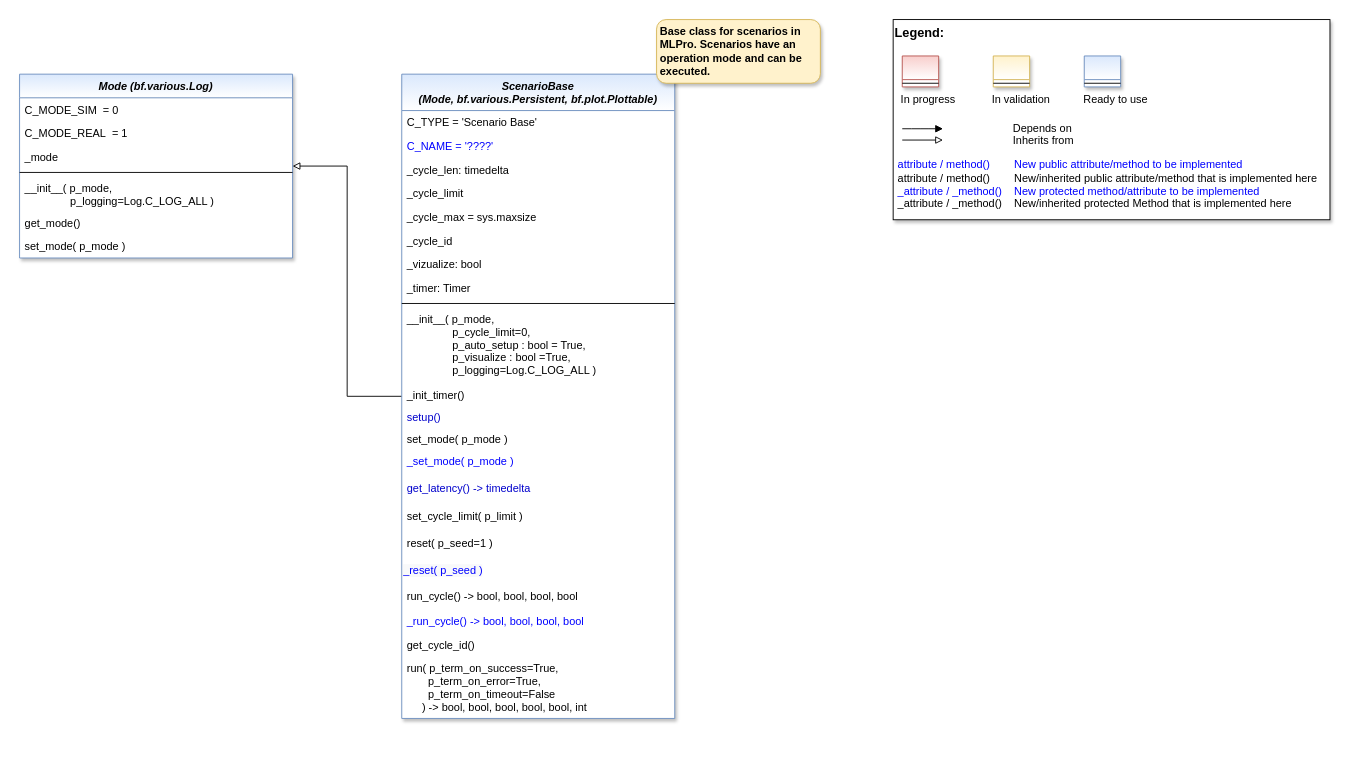
fhswf/MLPro keeps this draw.io diagram as doc/rtd/content/99_appendices/appendix2/sub/core/mlpro_bf/layer1_computation/images/MLPro-BF-OPS_class_diagram.drawio. Above is the earlier version. Source tidied: cells renumbered, new cells numbered last; positions are measured from the earlier drawing's top-left corner, leaving out a move shared by most shapes. Both pictures are drawn from the tidied source at 91%, with x=0, y=0 at pixel (19, 19).
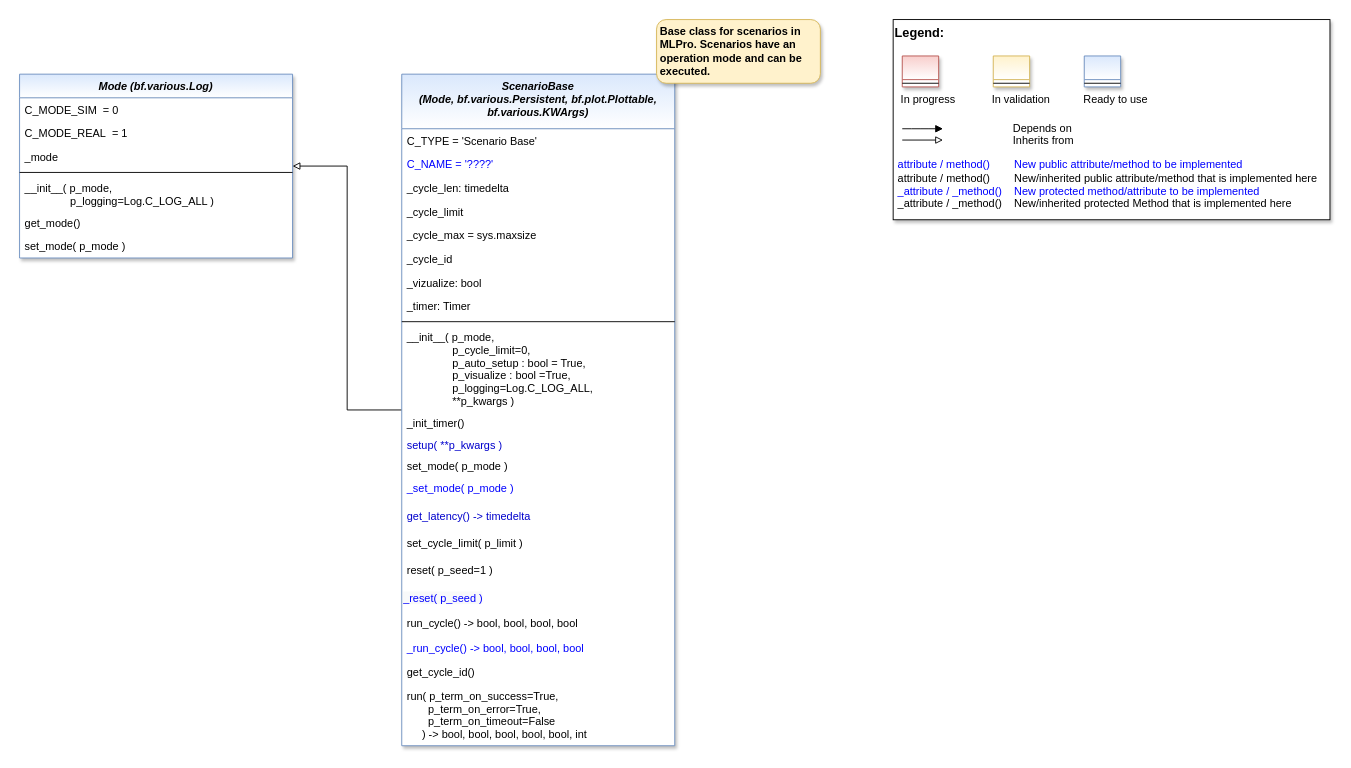
The same diagram, later.

Commit message (it also covers changes not shown here):
Refact: KWArgs, Hyperparameters, ... #1057

Change to the diagram source:
```diff
@@
-    <mxCell id="11" value="ScenarioBase&#10;(Mode, bf.various.Persistent, bf.plot.Plottable)" style="swimlane;fontStyle=3;align=center;verticalAlign=top;horizontal=1;startSize=40;rounded=0;shadow=1;strokeWidth=1;fillColor=#dae8fc;strokeColor=#6c8ebf;gradientColor=#ffffff;swimlaneFillColor=#ffffff;" parent="1" vertex="1">
-      <mxGeometry x="420" y="60" width="300" height="708" as="geometry" />
+    <mxCell id="11" value="ScenarioBase&#10;(Mode, bf.various.Persistent, bf.plot.Plottable,&#10;bf.various.KWArgs)" style="swimlane;fontStyle=3;align=center;verticalAlign=top;horizontal=1;startSize=60;rounded=0;shadow=1;strokeWidth=1;fillColor=#dae8fc;strokeColor=#6c8ebf;gradientColor=#ffffff;swimlaneFillColor=#ffffff;" parent="1" vertex="1">
+      <mxGeometry x="420" y="60" width="300" height="738" as="geometry" />
     </mxCell>
     <mxCell id="12" value="C_TYPE = 'Scenario Base'" style="text;align=left;verticalAlign=top;spacingLeft=4;spacingRight=4;overflow=hidden;" parent="11" vertex="1">
-      <mxGeometry y="40" width="300" height="26" as="geometry" />
+      <mxGeometry y="60" width="300" height="26" as="geometry" />
     </mxCell>
     <mxCell id="13" value="C_NAME = '????'" style="text;align=left;verticalAlign=top;spacingLeft=4;spacingRight=4;overflow=hidden;fontColor=#0000FF;" parent="11" vertex="1">
-      <mxGeometry y="66" width="300" height="26" as="geometry" />
+      <mxGeometry y="86" width="300" height="26" as="geometry" />
     </mxCell>
     <mxCell id="14" value="_cycle_len: timedelta" style="text;align=left;verticalAlign=top;spacingLeft=4;spacingRight=4;overflow=hidden;" parent="11" vertex="1">
-      <mxGeometry y="92" width="300" height="26" as="geometry" />
+      <mxGeometry y="112" width="300" height="26" as="geometry" />
     </mxCell>
     <mxCell id="15" value="_cycle_limit" style="text;align=left;verticalAlign=top;spacingLeft=4;spacingRight=4;overflow=hidden;" parent="11" vertex="1">
-      <mxGeometry y="118" width="300" height="26" as="geometry" />
+      <mxGeometry y="138" width="300" height="26" as="geometry" />
     </mxCell>
     <mxCell id="16" value="_cycle_max = sys.maxsize" style="text;align=left;verticalAlign=top;spacingLeft=4;spacingRight=4;overflow=hidden;" parent="11" vertex="1">
-      <mxGeometry y="144" width="300" height="26" as="geometry" />
+      <mxGeometry y="164" width="300" height="26" as="geometry" />
     </mxCell>
     <mxCell id="17" value="_cycle_id" style="text;align=left;verticalAlign=top;spacingLeft=4;spacingRight=4;overflow=hidden;" parent="11" vertex="1">
-      <mxGeometry y="170" width="300" height="26" as="geometry" />
+      <mxGeometry y="190" width="300" height="26" as="geometry" />
     </mxCell>
     <mxCell id="18" value="_vizualize: bool" style="text;align=left;verticalAlign=top;spacingLeft=4;spacingRight=4;overflow=hidden;" parent="11" vertex="1">
-      <mxGeometry y="196" width="300" height="26" as="geometry" />
+      <mxGeometry y="216" width="300" height="26" as="geometry" />
     </mxCell>
     <mxCell id="19" value="_timer: Timer" style="text;align=left;verticalAlign=top;spacingLeft=4;spacingRight=4;overflow=hidden;" parent="11" vertex="1">
-      <mxGeometry y="222" width="300" height="26" as="geometry" />
+      <mxGeometry y="242" width="300" height="26" as="geometry" />
     </mxCell>
     <mxCell id="20" style="line;html=1;strokeWidth=1;align=left;verticalAlign=middle;spacingTop=-1;spacingLeft=3;spacingRight=3;labelPosition=right;" parent="11" vertex="1">
-      <mxGeometry y="248" width="300" height="8" as="geometry" />
+      <mxGeometry y="268" width="300" height="8" as="geometry" />
     </mxCell>
-    <mxCell id="21" value="__init__( p_mode,&#10;               p_cycle_limit=0,&#10;               p_auto_setup : bool = True,&#10;               p_visualize : bool =True,&#10;               p_logging=Log.C_LOG_ALL )" style="text;align=left;verticalAlign=top;spacingLeft=4;spacingRight=4;overflow=hidden;" parent="11" vertex="1">
-      <mxGeometry y="256" width="300" height="84" as="geometry" />
+    <mxCell id="21" value="__init__( p_mode,&#10;               p_cycle_limit=0,&#10;               p_auto_setup : bool = True,&#10;               p_visualize : bool =True,&#10;               p_logging=Log.C_LOG_ALL,&#10;               **p_kwargs )" style="text;align=left;verticalAlign=top;spacingLeft=4;spacingRight=4;overflow=hidden;" parent="11" vertex="1">
+      <mxGeometry y="276" width="300" height="94" as="geometry" />
     </mxCell>
     <mxCell id="22" value="_init_timer()" style="text;align=left;verticalAlign=top;spacingLeft=4;spacingRight=4;overflow=hidden;" parent="11" vertex="1">
-      <mxGeometry y="340" width="300" height="24" as="geometry" />
+      <mxGeometry y="370" width="300" height="24" as="geometry" />
     </mxCell>
-    <mxCell id="23" value="setup()" style="text;align=left;verticalAlign=top;spacingLeft=4;spacingRight=4;overflow=hidden;fontColor=#0000CC;" parent="11" vertex="1">
-      <mxGeometry y="364" width="300" height="24" as="geometry" />
+    <mxCell id="23" value="setup( **p_kwargs )" style="text;align=left;verticalAlign=top;spacingLeft=4;spacingRight=4;overflow=hidden;fontColor=#0000CC;" parent="11" vertex="1">
+      <mxGeometry y="394" width="300" height="24" as="geometry" />
     </mxCell>
     <mxCell id="24" value="set_mode( p_mode )" style="text;align=left;verticalAlign=top;spacingLeft=4;spacingRight=4;overflow=hidden;" parent="11" vertex="1">
-      <mxGeometry y="388" width="300" height="24" as="geometry" />
+      <mxGeometry y="418" width="300" height="24" as="geometry" />
     </mxCell>
     <mxCell id="25" value="_set_mode( p_mode )" style="text;align=left;verticalAlign=top;spacingLeft=4;spacingRight=4;overflow=hidden;fontColor=#0000FF;" parent="11" vertex="1">
-      <mxGeometry y="412" width="300" height="30" as="geometry" />
+      <mxGeometry y="442" width="300" height="30" as="geometry" />
     </mxCell>
     <mxCell id="26" value="get_latency() -&gt; timedelta" style="text;align=left;verticalAlign=top;spacingLeft=4;spacingRight=4;overflow=hidden;fontColor=#0000CC;" parent="11" vertex="1">
-      <mxGeometry y="442" width="300" height="30" as="geometry" />
+      <mxGeometry y="472" width="300" height="30" as="geometry" />
     </mxCell>
     <mxCell id="27" value="set_cycle_limit( p_limit )" style="text;align=left;verticalAlign=top;spacingLeft=4;spacingRight=4;overflow=hidden;" parent="11" vertex="1">
-      <mxGeometry y="472" width="300" height="30" as="geometry" />
+      <mxGeometry y="502" width="300" height="30" as="geometry" />
     </mxCell>
     <mxCell id="28" value="reset( p_seed=1 )" style="text;align=left;verticalAlign=top;spacingLeft=4;spacingRight=4;overflow=hidden;" parent="11" vertex="1">
-      <mxGeometry y="502" width="300" height="30" as="geometry" />
+      <mxGeometry y="532" width="300" height="30" as="geometry" />
     </mxCell>
     <mxCell id="29" value="&lt;span style=&quot;color: rgb(0 , 0 , 255) ; font-family: &amp;#34;helvetica&amp;#34; ; font-size: 12px ; font-style: normal ; font-weight: 400 ; letter-spacing: normal ; text-align: left ; text-indent: 0px ; text-transform: none ; word-spacing: 0px ; background-color: rgb(248 , 249 , 250) ; display: inline ; float: none&quot;&gt;_reset( p_seed )&lt;/span&gt;" style="text;whiteSpace=wrap;html=1;fontColor=#000000;" parent="11" vertex="1">
-      <mxGeometry y="532" width="300" height="28" as="geometry" />
+      <mxGeometry y="562" width="300" height="28" as="geometry" />
     </mxCell>
     <mxCell id="30" value="run_cycle() -&gt; bool, bool, bool, bool" style="text;align=left;verticalAlign=top;spacingLeft=4;spacingRight=4;overflow=hidden;" parent="11" vertex="1">
-      <mxGeometry y="560" width="300" height="28" as="geometry" />
+      <mxGeometry y="590" width="300" height="28" as="geometry" />
     </mxCell>
     <mxCell id="31" value="_run_cycle() -&gt; bool, bool, bool, bool" style="text;align=left;verticalAlign=top;spacingLeft=4;spacingRight=4;overflow=hidden;fontColor=#0000FF;" parent="11" vertex="1">
-      <mxGeometry y="588" width="300" height="26" as="geometry" />
+      <mxGeometry y="618" width="300" height="26" as="geometry" />
     </mxCell>
     <mxCell id="32" value="get_cycle_id()" style="text;align=left;verticalAlign=top;spacingLeft=4;spacingRight=4;overflow=hidden;" parent="11" vertex="1">
-      <mxGeometry y="614" width="300" height="26" as="geometry" />
+      <mxGeometry y="644" width="300" height="26" as="geometry" />
     </mxCell>
     <mxCell id="33" value="run( p_term_on_success=True, &#10;       p_term_on_error=True,&#10;       p_term_on_timeout=False &#10;     ) -&gt; bool, bool, bool, bool, bool, int " style="text;align=left;verticalAlign=top;spacingLeft=4;spacingRight=4;overflow=hidden;" parent="11" vertex="1">
-      <mxGeometry y="640" width="300" height="68" as="geometry" />
+      <mxGeometry y="670" width="300" height="68" as="geometry" />
     </mxCell>
```
